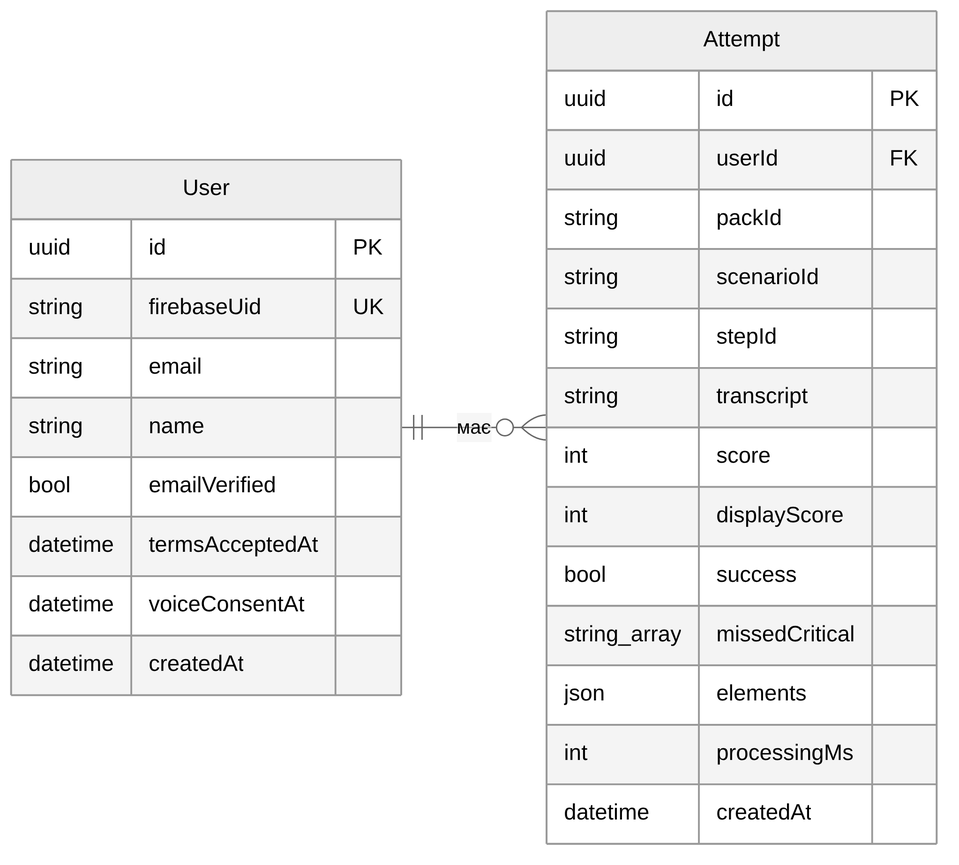
This is docs/diagrams/er.png from SergeyPoly/goit--apstone-project-AeroSpeak-BE, a Mermaid export, as it was before one commit. Its source is kept beside it as docs/diagrams/er.mmd.
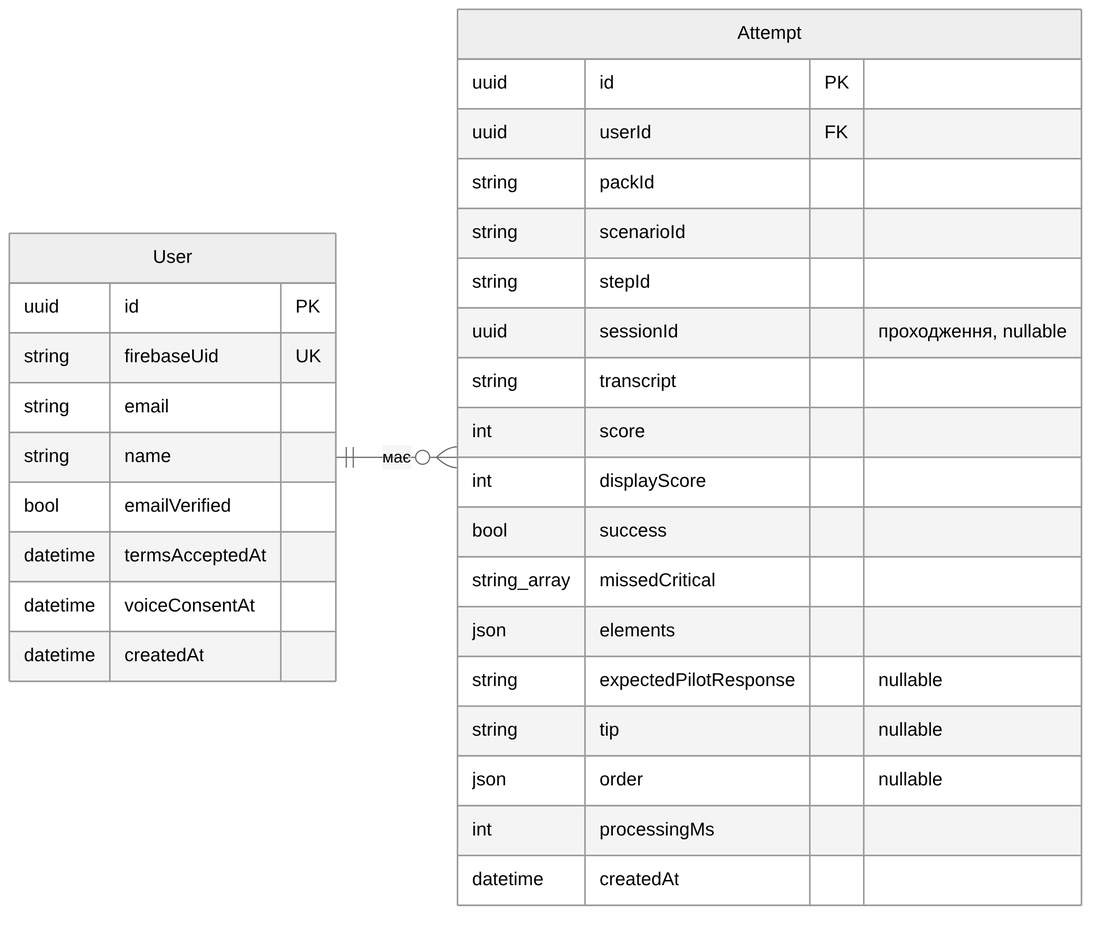
The same file after the commit.

What changed in the source:
```diff
@@ -17,12 +17,16 @@
     string packId
     string scenarioId
     string stepId
+    uuid sessionId "проходження, nullable"
     string transcript
     int score
     int displayScore
     bool success
     string_array missedCritical
     json elements
+    string expectedPilotResponse "nullable"
+    string tip "nullable"
+    json order "nullable"
     int processingMs
     datetime createdAt
   }
```
